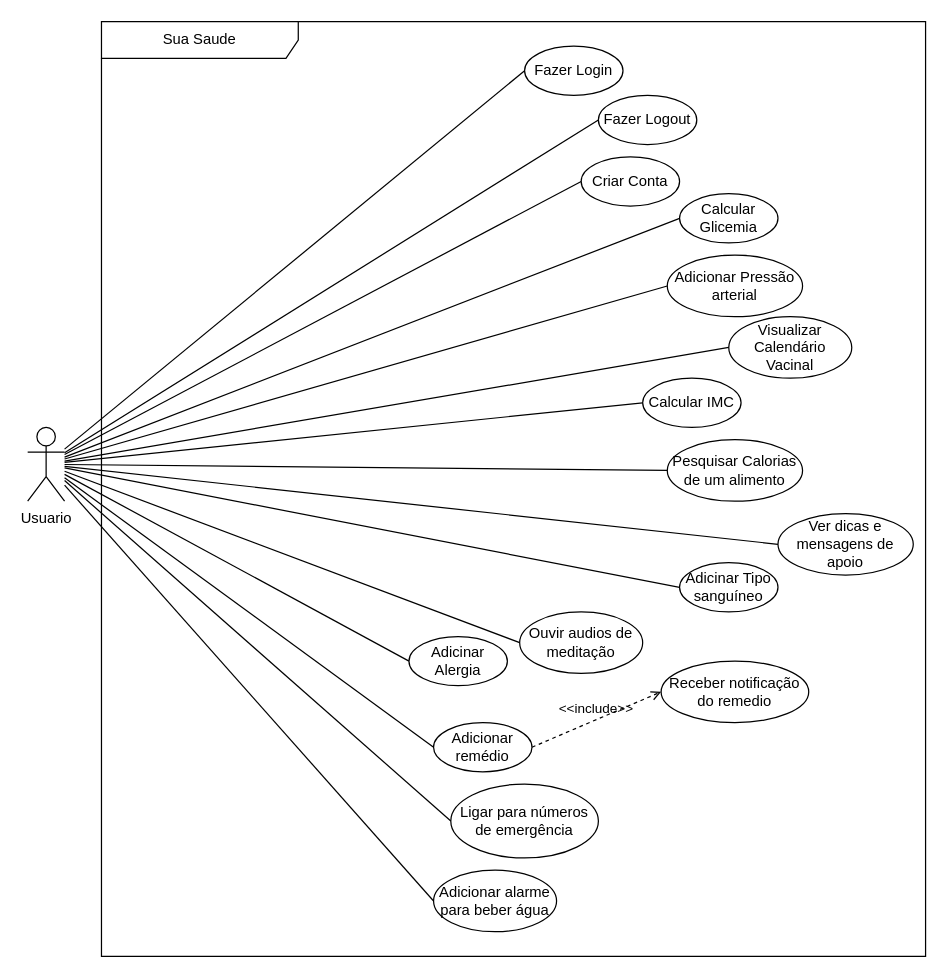
Before: page "Caso de Uso" (1 of 2) of diagrams/Sua Saude.drawio in SamuMeneDev/sua-saude, a draw.io diagram. Source tidied: cells renumbered, new cells numbered last; positions are measured from the earlier drawing's top-left corner, leaving out a move shared by most shapes. Both pictures are drawn from the tidied source at 123%, with x=0, y=0 at pixel (27, 21).
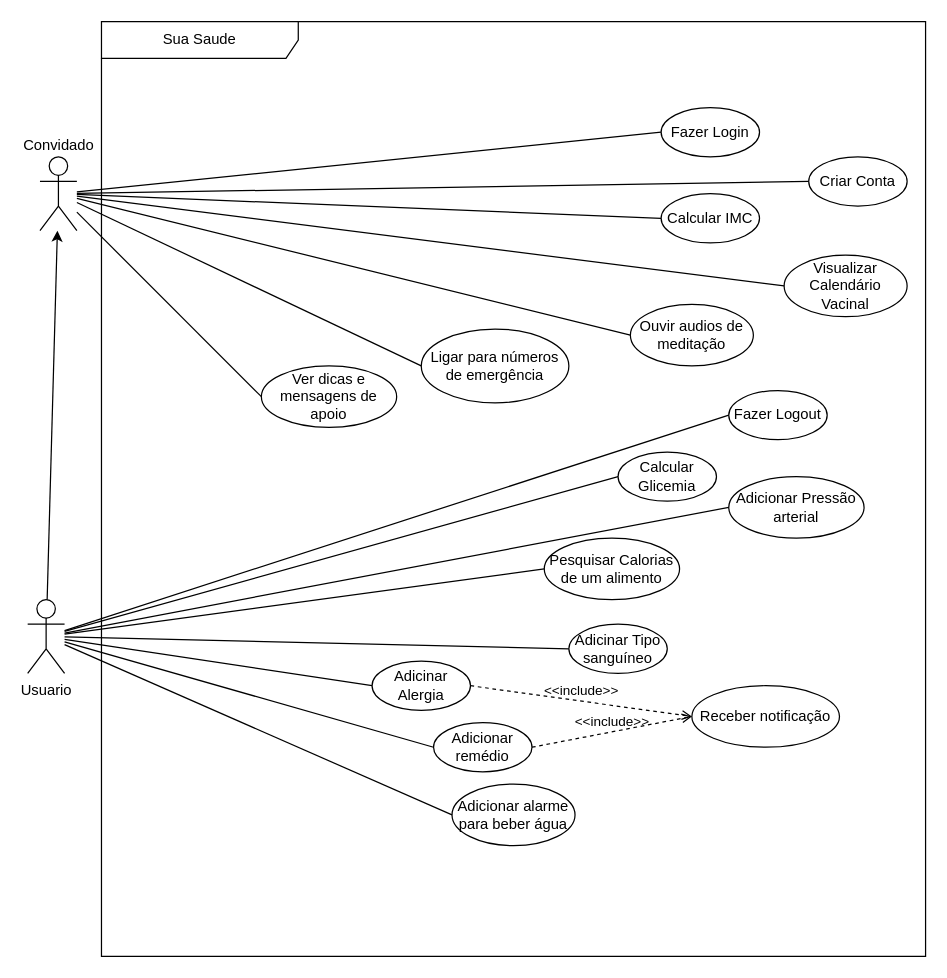
The same page after the edit.

The change refers to these unchanged cells:
```xml
<mxCell id="3" value="Sua Saude" style="shape=umlFrame;whiteSpace=wrap;html=1;width=160;" parent="1" vertex="1">
  <mxGeometry x="60" width="670" height="760" as="geometry" />
</mxCell>
```

Diff of the diagram source:
```diff
@@
+    <mxCell id="36" style="edgeStyle=none;html=1;" parent="1" edge="1" source="2" target="38">
+      <mxGeometry relative="1" as="geometry" />
+    </mxCell>
     <mxCell id="2" value="Usuario" style="shape=umlActor;verticalLabelPosition=bottom;verticalAlign=top;html=1;outlineConnect=0;" parent="1" vertex="1">
-      <mxGeometry y="330" width="30" height="60" as="geometry" />
+      <mxGeometry y="470" width="30" height="60" as="geometry" />
     </mxCell>
@@
     <mxCell id="4" value="Fazer Login" style="ellipse;whiteSpace=wrap;html=1;" parent="3" vertex="1">
-      <mxGeometry x="344" y="20" width="80" height="40" as="geometry" />
+      <mxGeometry x="455" y="70" width="80" height="40" as="geometry" />
     </mxCell>
     <mxCell id="5" value="Fazer Logout" style="ellipse;whiteSpace=wrap;html=1;" parent="3" vertex="1">
-      <mxGeometry x="404" y="60" width="80" height="40" as="geometry" />
+      <mxGeometry x="510" y="300" width="80" height="40" as="geometry" />
     </mxCell>
     <mxCell id="6" value="Criar Conta" style="ellipse;whiteSpace=wrap;html=1;" parent="3" vertex="1">
-      <mxGeometry x="390" y="110" width="80" height="40" as="geometry" />
+      <mxGeometry x="575" y="110" width="80" height="40" as="geometry" />
     </mxCell>
     <mxCell id="7" value="Calcular Glicemia" style="ellipse;whiteSpace=wrap;html=1;" parent="3" vertex="1">
-      <mxGeometry x="470" y="140" width="80" height="40" as="geometry" />
+      <mxGeometry x="420" y="350" width="80" height="40" as="geometry" />
     </mxCell>
     <mxCell id="8" value="Visualizar Calendário Vacinal" style="ellipse;whiteSpace=wrap;html=1;" parent="3" vertex="1">
-      <mxGeometry x="510" y="240" width="100" height="50" as="geometry" />
+      <mxGeometry x="555" y="190" width="100" height="50" as="geometry" />
     </mxCell>
     <mxCell id="9" value="Pesquisar Calorias de um alimento" style="ellipse;whiteSpace=wrap;html=1;" parent="3" vertex="1">
-      <mxGeometry x="460" y="340" width="110" height="50" as="geometry" />
+      <mxGeometry x="360" y="420" width="110" height="50" as="geometry" />
     </mxCell>
     <mxCell id="10" value="Adicionar Pressão arterial" style="ellipse;whiteSpace=wrap;html=1;" parent="3" vertex="1">
-      <mxGeometry x="460" y="190" width="110" height="50" as="geometry" />
+      <mxGeometry x="510" y="370" width="110" height="50" as="geometry" />
     </mxCell>
     <mxCell id="11" value="Calcular IMC" style="ellipse;whiteSpace=wrap;html=1;" parent="3" vertex="1">
-      <mxGeometry x="440" y="290" width="80" height="40" as="geometry" />
+      <mxGeometry x="455" y="140" width="80" height="40" as="geometry" />
     </mxCell>
     <mxCell id="12" value="Ligar para números de emergência" style="ellipse;whiteSpace=wrap;html=1;" parent="3" vertex="1">
-      <mxGeometry x="284" y="620" width="120" height="60" as="geometry" />
+      <mxGeometry x="260" y="250" width="120" height="60" as="geometry" />
     </mxCell>
     <mxCell id="13" value="Ouvir audios de meditação" style="ellipse;whiteSpace=wrap;html=1;" parent="3" vertex="1">
-      <mxGeometry x="340" y="480" width="100" height="50" as="geometry" />
+      <mxGeometry x="430" y="230" width="100" height="50" as="geometry" />
     </mxCell>
     <mxCell id="14" value="Ver dicas e mensagens de apoio" style="ellipse;whiteSpace=wrap;html=1;" parent="3" vertex="1">
-      <mxGeometry x="550" y="400" width="110" height="50" as="geometry" />
+      <mxGeometry x="130" y="280" width="110" height="50" as="geometry" />
     </mxCell>
     <mxCell id="15" value="Adicinar Alergia" style="ellipse;whiteSpace=wrap;html=1;" parent="3" vertex="1">
-      <mxGeometry x="250" y="500" width="80" height="40" as="geometry" />
+      <mxGeometry x="220" y="520" width="80" height="40" as="geometry" />
     </mxCell>
     <mxCell id="16" value="Adicionar alarme para beber água" style="ellipse;whiteSpace=wrap;html=1;" parent="3" vertex="1">
-      <mxGeometry x="270" y="690" width="100" height="50" as="geometry" />
+      <mxGeometry x="285" y="620" width="100" height="50" as="geometry" />
     </mxCell>
-    <mxCell id="17" value="Receber notificação do remedio" style="ellipse;whiteSpace=wrap;html=1;" parent="3" vertex="1">
-      <mxGeometry x="455" y="520" width="120" height="50" as="geometry" />
+    <mxCell id="17" value="Receber notificação" style="ellipse;whiteSpace=wrap;html=1;" parent="3" vertex="1">
+      <mxGeometry x="480" y="540" width="120" height="50" as="geometry" />
     </mxCell>
@@
     <mxCell id="20" value="Adicinar Tipo sanguíneo" style="ellipse;whiteSpace=wrap;html=1;" parent="3" vertex="1">
-      <mxGeometry x="470" y="440" width="80" height="40" as="geometry" />
+      <mxGeometry x="380" y="490" width="80" height="40" as="geometry" />
     </mxCell>
+    <mxCell id="37" value="&amp;lt;&amp;lt;include&amp;gt;&amp;gt;" style="html=1;verticalAlign=bottom;labelBackgroundColor=none;endArrow=open;endFill=0;dashed=1;rounded=0;exitX=1;exitY=0.5;exitDx=0;exitDy=0;entryX=0;entryY=0.5;entryDx=0;entryDy=0;" parent="3" edge="1" source="15" target="17">
+      <mxGeometry relative="1" as="geometry" />
+    </mxCell>
-    <mxCell id="21" style="endArrow=none;html=1;rounded=0;entryX=0;entryY=0.5;entryDx=0;entryDy=0;" parent="1" edge="1" source="2" target="4">
+    <mxCell id="21" style="endArrow=none;html=1;rounded=0;entryX=0;entryY=0.5;entryDx=0;entryDy=0;" parent="1" edge="1" source="38" target="4">
       <mxGeometry relative="1" as="geometry" />
     </mxCell>
@@
-    <mxCell id="23" style="endArrow=none;html=1;rounded=0;entryX=0;entryY=0.5;entryDx=0;entryDy=0;" parent="1" edge="1" source="2" target="6">
+    <mxCell id="23" style="endArrow=none;html=1;rounded=0;entryX=0;entryY=0.5;entryDx=0;entryDy=0;" parent="1" edge="1" source="38" target="6">
       <mxGeometry relative="1" as="geometry" />
     </mxCell>
@@
-    <mxCell id="26" style="endArrow=none;html=1;rounded=0;exitX=0;exitY=0.5;exitDx=0;exitDy=0;" parent="1" edge="1" source="8" target="2">
+    <mxCell id="26" style="endArrow=none;html=1;rounded=0;exitX=0;exitY=0.5;exitDx=0;exitDy=0;" parent="1" edge="1" source="8" target="38">
       <mxGeometry relative="1" as="geometry" />
     </mxCell>
-    <mxCell id="27" style="endArrow=none;html=1;rounded=0;exitX=0;exitY=0.5;exitDx=0;exitDy=0;" parent="1" edge="1" source="11" target="2">
+    <mxCell id="27" style="endArrow=none;html=1;rounded=0;exitX=0;exitY=0.5;exitDx=0;exitDy=0;" parent="1" edge="1" source="11" target="38">
       <mxGeometry relative="1" as="geometry" />
     </mxCell>
@@
-    <mxCell id="29" style="endArrow=none;html=1;rounded=0;entryX=0;entryY=0.5;entryDx=0;entryDy=0;" parent="1" edge="1" source="2" target="14">
+    <mxCell id="29" style="endArrow=none;html=1;rounded=0;entryX=0;entryY=0.5;entryDx=0;entryDy=0;" parent="1" edge="1" source="38" target="14">
       <mxGeometry relative="1" as="geometry" />
     </mxCell>
@@
-    <mxCell id="31" style="endArrow=none;html=1;rounded=0;entryX=0;entryY=0.5;entryDx=0;entryDy=0;" parent="1" edge="1" source="2" target="13">
+    <mxCell id="31" style="endArrow=none;html=1;rounded=0;entryX=0;entryY=0.5;entryDx=0;entryDy=0;" parent="1" edge="1" source="38" target="13">
       <mxGeometry relative="1" as="geometry" />
     </mxCell>
@@
-    <mxCell id="34" style="endArrow=none;html=1;rounded=0;entryX=0;entryY=0.5;entryDx=0;entryDy=0;" parent="1" edge="1" source="2" target="12">
+    <mxCell id="34" style="endArrow=none;html=1;rounded=0;entryX=0;entryY=0.5;entryDx=0;entryDy=0;" parent="1" edge="1" source="38" target="12">
       <mxGeometry relative="1" as="geometry" />
     </mxCell>
@@
+    <mxCell id="38" value="Convidado" style="shape=umlActor;verticalLabelPosition=top;verticalAlign=bottom;html=1;outlineConnect=0;labelPosition=center;align=center;" parent="1" vertex="1">
+      <mxGeometry x="10" y="110" width="30" height="60" as="geometry" />
+    </mxCell>
```
